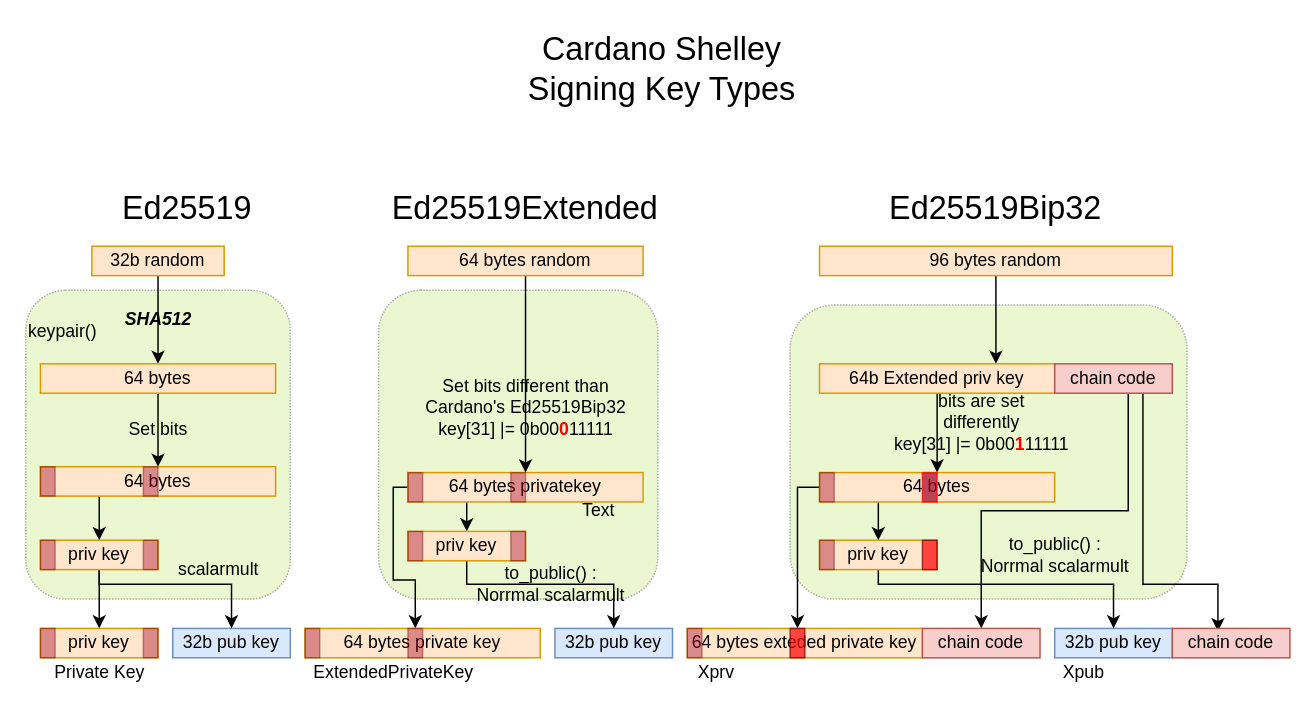
This is diagrams/Ed25519 Types.drawio from ilap/ShelleyStuffs, a draw.io file, before an edit. Source tidied: cells renumbered, new cells numbered last; positions are measured from the earlier drawing's top-left corner, leaving out a move shared by most shapes. Both pictures are drawn from the tidied source at 147%, with x=0, y=0 at pixel (25, 25).
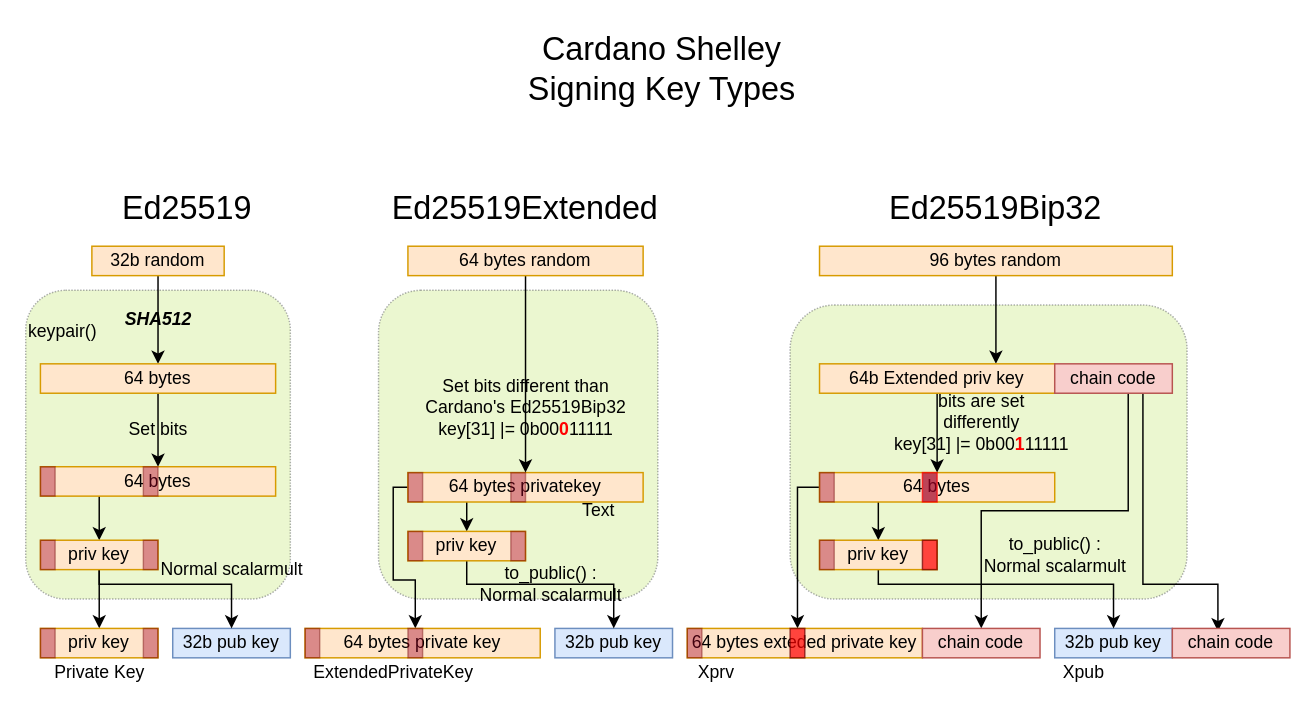
The same page after the edit.

The change refers to these unchanged cells:
```xml
<mxCell id="20" value="32b pub key" style="rounded=0;whiteSpace=wrap;html=1;fontSize=12;align=center;fillColor=#dae8fc;strokeColor=#6c8ebf;fontStyle=0;" parent="1" vertex="1">
  <mxGeometry x="360" y="410" width="80" height="20" as="geometry" />
</mxCell>
<mxCell id="22" value="priv key" style="rounded=0;whiteSpace=wrap;html=1;fontSize=12;align=center;fillColor=#ffe6cc;strokeColor=#d79b00;fontStyle=0;" parent="1" vertex="1">
  <mxGeometry x="260" y="344" width="80" height="20" as="geometry" />
</mxCell>
<mxCell id="31" value="32b pub key" style="rounded=0;whiteSpace=wrap;html=1;fontSize=12;align=center;fillColor=#dae8fc;strokeColor=#6c8ebf;fontStyle=0;" parent="1" vertex="1">
  <mxGeometry x="100" y="410" width="80" height="20" as="geometry" />
</mxCell>
<mxCell id="34" value="priv key" style="rounded=0;whiteSpace=wrap;html=1;fontSize=12;align=center;fillColor=#ffe6cc;strokeColor=#d79b00;fontStyle=0;" parent="1" vertex="1">
  <mxGeometry x="10" y="350" width="80" height="20" as="geometry" />
</mxCell>
<mxCell id="47" value="32b pub key" style="rounded=0;whiteSpace=wrap;html=1;fontSize=12;align=center;fillColor=#dae8fc;strokeColor=#6c8ebf;fontStyle=0;" parent="1" vertex="1">
  <mxGeometry x="700" y="410" width="80" height="20" as="geometry" />
</mxCell>
<mxCell id="49" value="priv key" style="rounded=0;whiteSpace=wrap;html=1;fontSize=12;align=center;fillColor=#ffe6cc;strokeColor=#d79b00;fontStyle=0;" parent="1" vertex="1">
  <mxGeometry x="540" y="350" width="80" height="20" as="geometry" />
</mxCell>
```

Diff of the diagram source:
```diff
@@
-    <mxCell id="21" value="to_public() : &lt;br&gt;Norrmal scalarmult" style="edgeStyle=orthogonalEdgeStyle;rounded=0;jettySize=auto;html=1;entryX=0.5;entryY=0;entryDx=0;entryDy=0;fontSize=12;labelBackgroundColor=none;" parent="1" edge="1" source="22" target="20">
+    <mxCell id="21" value="to_public() : &lt;br&gt;Normal scalarmult" style="edgeStyle=orthogonalEdgeStyle;rounded=0;jettySize=auto;html=1;entryX=0.5;entryY=0;entryDx=0;entryDy=0;fontSize=12;labelBackgroundColor=none;" parent="1" edge="1" source="22" target="20">
       <mxGeometry relative="1" as="geometry">
         <Array as="points">
           <mxPoint x="300" y="380" />
           <mxPoint x="400" y="380" />
         </Array>
       </mxGeometry>
     </mxCell>
@@
-    <mxCell id="32" value="scalarmult" style="edgeStyle=orthogonalEdgeStyle;rounded=0;jettySize=auto;html=1;entryX=0.5;entryY=0;entryDx=0;entryDy=0;fontSize=12;labelBackgroundColor=none;" parent="1" edge="1" source="34" target="31">
-      <mxGeometry x="0.38" y="10" relative="1" as="geometry">
+    <mxCell id="32" value="Normal scalarmult" style="edgeStyle=orthogonalEdgeStyle;rounded=0;jettySize=auto;html=1;entryX=0.5;entryY=0;entryDx=0;entryDy=0;fontSize=12;labelBackgroundColor=none;" parent="1" edge="1" source="34" target="31">
+      <mxGeometry x="0.54" y="10" relative="1" as="geometry">
         <Array as="points">
           <mxPoint x="50" y="380" />
           <mxPoint x="140" y="380" />
         </Array>
-        <mxPoint x="1" as="offset" />
+        <mxPoint x="-10" y="-10" as="offset" />
       </mxGeometry>
     </mxCell>
@@
-    <mxCell id="48" value="to_public() : &lt;br&gt;Norrmal scalarmult" style="edgeStyle=orthogonalEdgeStyle;rounded=0;jettySize=auto;html=1;entryX=0.5;entryY=0;entryDx=0;entryDy=0;fontSize=12;labelBackgroundColor=none;" parent="1" edge="1" source="49" target="47">
+    <mxCell id="48" value="to_public() : &lt;br&gt;Normal scalarmult" style="edgeStyle=orthogonalEdgeStyle;rounded=0;jettySize=auto;html=1;entryX=0.5;entryY=0;entryDx=0;entryDy=0;fontSize=12;labelBackgroundColor=none;" parent="1" edge="1" source="49" target="47">
       <mxGeometry x="0.3" y="20" relative="1" as="geometry">
         <Array as="points">
           <mxPoint x="580" y="380" />
           <mxPoint x="740" y="380" />
         </Array>
       </mxGeometry>
     </mxCell>
```
